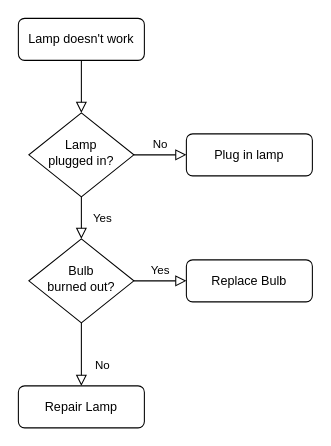
Before: Untitled Diagram.drawio in MaruthiPrasad/bmp, a draw.io diagram. Source tidied: cells renumbered, new cells numbered last; positions are measured from the earlier drawing's top-left corner, leaving out a move shared by most shapes. Both pictures are drawn from the tidied source at 105%, with x=0, y=0 at pixel (18, 18).
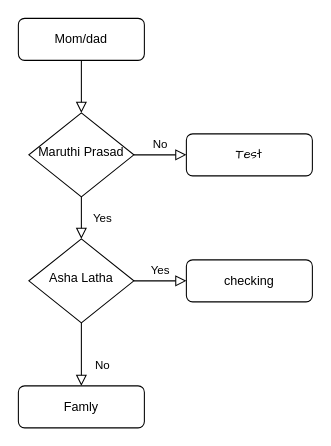
The same diagram, later.

Change to the diagram source:
```diff
@@
 <mxGraphModel>
   <root>
     <mxCell id="0" />
     <mxCell id="1" parent="0" />
     <mxCell id="2" style="rounded=0;html=1;jettySize=auto;fontSize=11;endArrow=block;endFill=0;endSize=8;strokeWidth=1;shadow=0;labelBackgroundColor=none;edgeStyle=orthogonalEdgeStyle;" parent="1" edge="1" source="3" target="6">
       <mxGeometry relative="1" as="geometry" />
     </mxCell>
-    <mxCell id="3" value="Lamp doesn't work" style="rounded=1;whiteSpace=wrap;html=1;fontSize=12;glass=0;strokeWidth=1;shadow=0;" parent="1" vertex="1">
+    <mxCell id="3" value="Mom/dad" style="rounded=1;whiteSpace=wrap;html=1;fontSize=12;glass=0;strokeWidth=1;shadow=0;" parent="1" vertex="1">
       <mxGeometry width="120" height="40" as="geometry" />
     </mxCell>
     <mxCell id="4" value="Yes" style="rounded=0;html=1;jettySize=auto;fontSize=11;endArrow=block;endFill=0;endSize=8;strokeWidth=1;shadow=0;labelBackgroundColor=none;edgeStyle=orthogonalEdgeStyle;" parent="1" edge="1" source="6" target="10">
       <mxGeometry y="20" relative="1" as="geometry" />
     </mxCell>
     <mxCell id="5" value="No" style="edgeStyle=orthogonalEdgeStyle;rounded=0;html=1;jettySize=auto;fontSize=11;endArrow=block;endFill=0;endSize=8;strokeWidth=1;shadow=0;labelBackgroundColor=none;" parent="1" edge="1" source="6" target="7">
       <mxGeometry y="10" relative="1" as="geometry" />
     </mxCell>
-    <mxCell id="6" value="Lamp&lt;br&gt;plugged in?" style="rhombus;whiteSpace=wrap;html=1;shadow=0;fontFamily=Helvetica;fontSize=12;align=center;strokeWidth=1;spacing=6;spacingTop=-4;" parent="1" vertex="1">
+    <mxCell id="6" value="Maruthi Prasad" style="rhombus;whiteSpace=wrap;html=1;shadow=0;fontFamily=Helvetica;fontSize=12;align=center;strokeWidth=1;spacing=6;spacingTop=-4;" parent="1" vertex="1">
       <mxGeometry x="10" y="90" width="100" height="80" as="geometry" />
     </mxCell>
-    <mxCell id="7" value="Plug in lamp" style="rounded=1;whiteSpace=wrap;html=1;fontSize=12;glass=0;strokeWidth=1;shadow=0;" parent="1" vertex="1">
+    <mxCell id="7" value="Test" style="rounded=1;whiteSpace=wrap;html=1;fontSize=12;glass=0;strokeWidth=1;shadow=0;fontFamily=Comic Sans MS;" parent="1" vertex="1">
       <mxGeometry x="160" y="110" width="120" height="40" as="geometry" />
     </mxCell>
     <mxCell id="8" value="No" style="rounded=0;html=1;jettySize=auto;fontSize=11;endArrow=block;endFill=0;endSize=8;strokeWidth=1;shadow=0;labelBackgroundColor=none;edgeStyle=orthogonalEdgeStyle;" parent="1" edge="1" source="10" target="11">
       <mxGeometry x="0.33" y="20" relative="1" as="geometry" />
     </mxCell>
     <mxCell id="9" value="Yes" style="edgeStyle=orthogonalEdgeStyle;rounded=0;html=1;jettySize=auto;fontSize=11;endArrow=block;endFill=0;endSize=8;strokeWidth=1;shadow=0;labelBackgroundColor=none;" parent="1" edge="1" source="10" target="12">
       <mxGeometry y="10" relative="1" as="geometry" />
     </mxCell>
-    <mxCell id="10" value="Bulb&lt;br&gt;burned out?" style="rhombus;whiteSpace=wrap;html=1;shadow=0;fontFamily=Helvetica;fontSize=12;align=center;strokeWidth=1;spacing=6;spacingTop=-4;" parent="1" vertex="1">
+    <mxCell id="10" value="Asha Latha" style="rhombus;whiteSpace=wrap;html=1;shadow=0;fontFamily=Helvetica;fontSize=12;align=center;strokeWidth=1;spacing=6;spacingTop=-4;" parent="1" vertex="1">
       <mxGeometry x="10" y="210" width="100" height="80" as="geometry" />
     </mxCell>
-    <mxCell id="11" value="Repair Lamp" style="rounded=1;whiteSpace=wrap;html=1;fontSize=12;glass=0;strokeWidth=1;shadow=0;" parent="1" vertex="1">
+    <mxCell id="11" value="Famly" style="rounded=1;whiteSpace=wrap;html=1;fontSize=12;glass=0;strokeWidth=1;shadow=0;" parent="1" vertex="1">
       <mxGeometry y="350" width="120" height="40" as="geometry" />
     </mxCell>
-    <mxCell id="12" value="Replace Bulb" style="rounded=1;whiteSpace=wrap;html=1;fontSize=12;glass=0;strokeWidth=1;shadow=0;" parent="1" vertex="1">
+    <mxCell id="12" value="checking" style="rounded=1;whiteSpace=wrap;html=1;fontSize=12;glass=0;strokeWidth=1;shadow=0;" parent="1" vertex="1">
       <mxGeometry x="160" y="230" width="120" height="40" as="geometry" />
     </mxCell>
   </root>
 </mxGraphModel>
```
